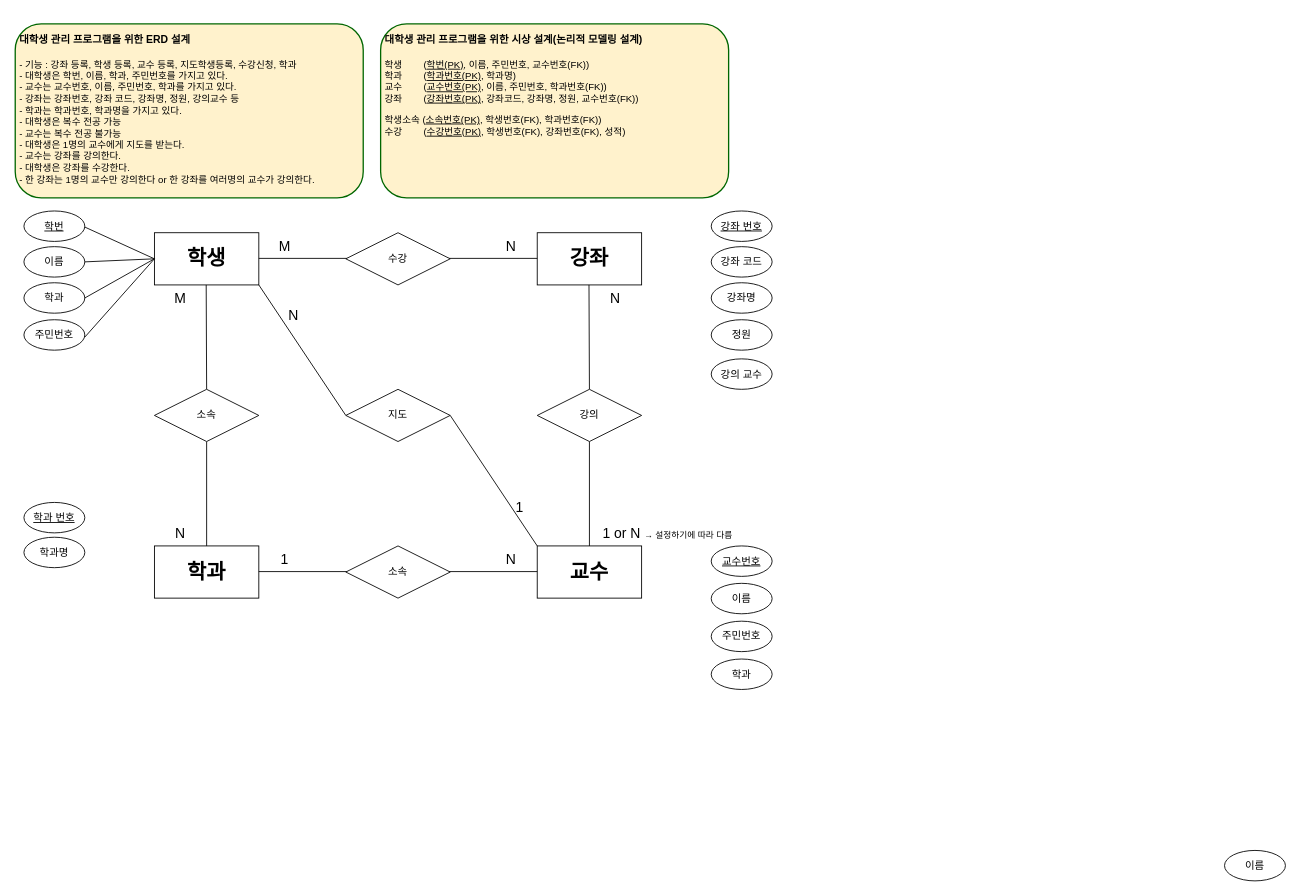
jiny-Park/KHJava20221024 keeps this draw.io diagram as DB_psj/DB와 데이터 모델링 연습/대학생 관리 프로그램 RED.drawio. Above is the earlier version. Source tidied: cells renumbered, new cells numbered last; positions are measured from the earlier drawing's top-left corner, leaving out a move shared by most shapes. Both pictures are drawn from the tidied source at 87%, with x=0, y=0 at pixel (15, 23).
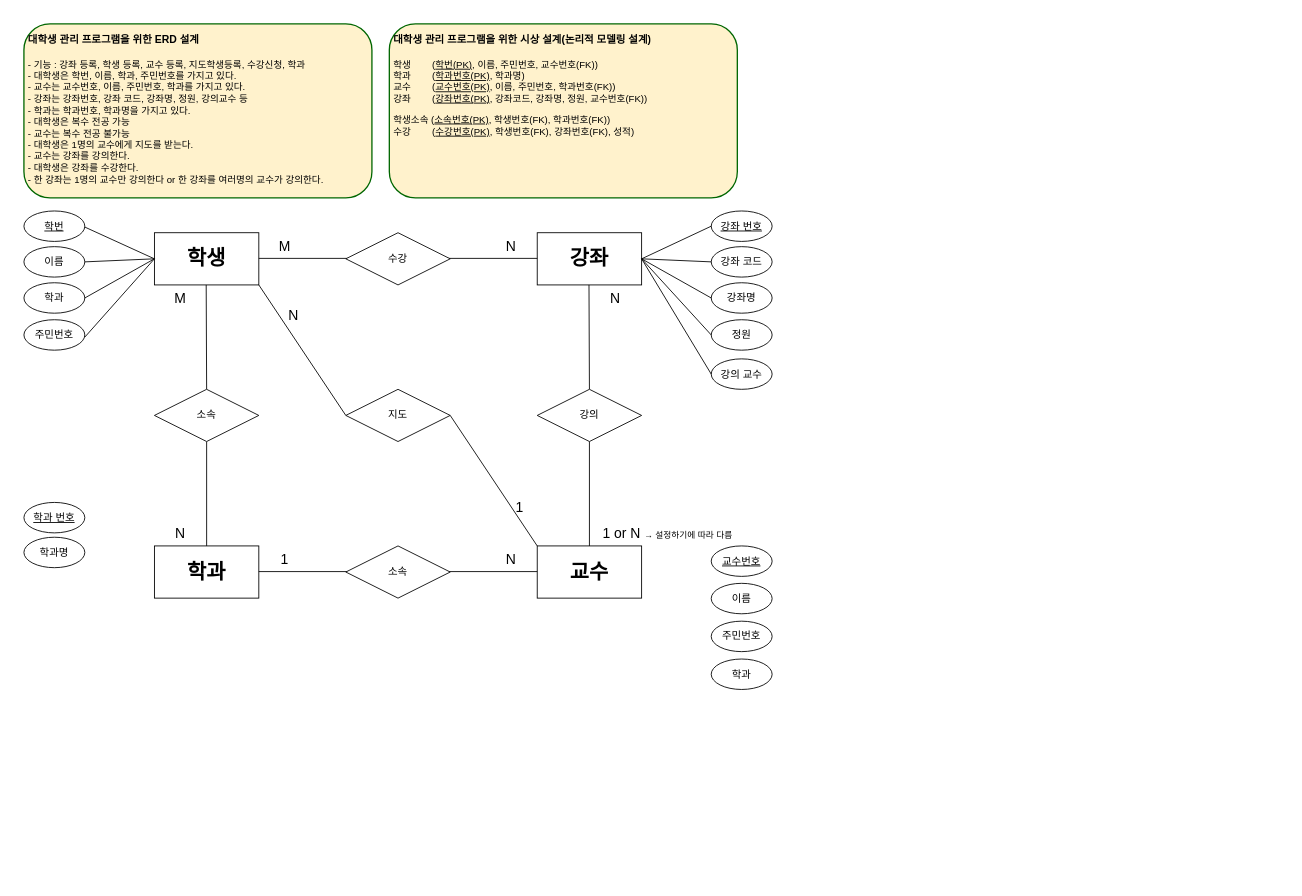
The same page after the edit.

Commit message (it also covers changes not shown here):
day34_DB RED

The change refers to these unchanged cells:
```xml
<mxCell id="17" value="&lt;font style=&quot;font-size: 24px;&quot;&gt;&lt;b&gt;강좌&lt;/b&gt;&lt;/font&gt;" style="text;html=1;strokeColor=none;fillColor=none;align=center;verticalAlign=middle;whiteSpace=wrap;rounded=0;" parent="1" vertex="1">
  <mxGeometry x="600" y="240" width="120" height="60" as="geometry" />
</mxCell>
<mxCell id="44" value="강좌 번호" style="ellipse;whiteSpace=wrap;html=1;align=center;fontStyle=4;" parent="1" vertex="1">
  <mxGeometry x="800" y="215" width="70" height="35" as="geometry" />
</mxCell>
<mxCell id="45" value="강좌 코드" style="ellipse;whiteSpace=wrap;html=1;align=center;fontStyle=0;" parent="1" vertex="1">
  <mxGeometry x="800" y="256" width="70" height="35" as="geometry" />
</mxCell>
<mxCell id="46" value="강좌명" style="ellipse;whiteSpace=wrap;html=1;align=center;fontStyle=0;" parent="1" vertex="1">
  <mxGeometry x="800" y="297.5" width="70" height="35" as="geometry" />
</mxCell>
<mxCell id="47" value="강의 교수" style="ellipse;whiteSpace=wrap;html=1;align=center;fontStyle=0;" parent="1" vertex="1">
  <mxGeometry x="800" y="385" width="70" height="35" as="geometry" />
</mxCell>
<mxCell id="48" value="정원" style="ellipse;whiteSpace=wrap;html=1;align=center;fontStyle=0;" parent="1" vertex="1">
  <mxGeometry x="800" y="340" width="70" height="35" as="geometry" />
</mxCell>
```

The edit, as a diff of the source:
```diff
@@
     <mxCell id="30" value="&lt;h1&gt;&lt;font style=&quot;font-size: 12px;&quot; color=&quot;#000000&quot;&gt;대학생 관리 프로그램을 위한 ERD 설계&lt;/font&gt;&lt;/h1&gt;&lt;div style=&quot;font-size: 9px;&quot;&gt;&lt;font style=&quot;font-size: 11px;&quot; color=&quot;#000000&quot;&gt;- 기능 : 강좌 등록, 학생 등록, 교수 등록, 지도학생등록, 수강신청, 학과&lt;/font&gt;&lt;/div&gt;&lt;div style=&quot;font-size: 9px;&quot;&gt;&lt;font style=&quot;font-size: 11px;&quot; color=&quot;#000000&quot;&gt;- 대학생은 학번, 이름, 학과, 주민번호를 가지고 있다.&lt;/font&gt;&lt;/div&gt;&lt;div style=&quot;&quot;&gt;&lt;font style=&quot;font-size: 11px;&quot; color=&quot;#000000&quot;&gt;- 교수는 교수번호, 이름, 주민번호, 학과를 가지고 있다.&lt;/font&gt;&lt;/div&gt;&lt;div style=&quot;&quot;&gt;&lt;font style=&quot;font-size: 11px;&quot; color=&quot;#000000&quot;&gt;- 강좌는 강좌번호, 강좌 코드, 강좌명, 정원, 강의교수 등&lt;/font&gt;&lt;/div&gt;&lt;div style=&quot;&quot;&gt;&lt;font style=&quot;font-size: 11px;&quot; color=&quot;#000000&quot;&gt;- 학과는 학과번호, 학과명을 가지고 있다.&lt;/font&gt;&lt;/div&gt;&lt;div style=&quot;&quot;&gt;&lt;font style=&quot;font-size: 11px;&quot; color=&quot;#000000&quot;&gt;- 대학생은 복수 전공 가능&lt;/font&gt;&lt;/div&gt;&lt;div style=&quot;&quot;&gt;&lt;font style=&quot;font-size: 11px;&quot; color=&quot;#000000&quot;&gt;- 교수는 복수 전공 불가능&lt;/font&gt;&lt;/div&gt;&lt;div style=&quot;&quot;&gt;&lt;font style=&quot;font-size: 11px;&quot; color=&quot;#000000&quot;&gt;- 대학생은 1명의 교수에게 지도를 받는다.&lt;/font&gt;&lt;/div&gt;&lt;div style=&quot;&quot;&gt;&lt;font style=&quot;font-size: 11px;&quot; color=&quot;#000000&quot;&gt;- 교수는 강좌를 강의한다.&lt;/font&gt;&lt;/div&gt;&lt;div style=&quot;&quot;&gt;&lt;font style=&quot;font-size: 11px;&quot; color=&quot;#000000&quot;&gt;- 대학생은 강좌를 수강한다.&lt;/font&gt;&lt;/div&gt;&lt;div style=&quot;&quot;&gt;&lt;font style=&quot;font-size: 11px;&quot; color=&quot;#000000&quot;&gt;- 한 강좌는 1명의 교수만 강의한다 or 한 강좌를 여러명의 교수가 강의한다.&amp;nbsp;&lt;/font&gt;&lt;/div&gt;" style="text;html=1;strokeColor=#006600;fillColor=#fff2cc;spacing=5;spacingTop=-20;whiteSpace=wrap;overflow=hidden;rounded=1;fontSize=10;strokeWidth=1.5;perimeterSpacing=0;shadow=0;sketch=0;glass=0;" parent="1" vertex="1">
-      <mxGeometry width="400" height="200" as="geometry" />
+      <mxGeometry x="10" width="400" height="200" as="geometry" />
     </mxCell>
@@
     <mxCell id="51" value="&lt;h1&gt;&lt;font style=&quot;font-size: 12px;&quot; color=&quot;#000000&quot;&gt;대학생 관리 프로그램을 위한 시상 설계(논리적 모델링 설계)&lt;/font&gt;&lt;/h1&gt;&lt;div style=&quot;font-size: 9px;&quot;&gt;&lt;font style=&quot;font-size: 11px;&quot; color=&quot;#000000&quot;&gt;학생&amp;nbsp; &amp;nbsp; &amp;nbsp; &amp;nbsp; (&lt;u&gt;학번(PK)&lt;/u&gt;, 이름, 주민번호, 교수번호(FK))&lt;/font&gt;&lt;/div&gt;&lt;div style=&quot;font-size: 9px;&quot;&gt;&lt;span style=&quot;color: rgb(0, 0, 0); font-size: 11px;&quot;&gt;학과&amp;nbsp; &amp;nbsp; &amp;nbsp; &amp;nbsp; (&lt;/span&gt;&lt;u style=&quot;color: rgb(0, 0, 0); font-size: 11px;&quot;&gt;학과번호(PK)&lt;/u&gt;&lt;span style=&quot;color: rgb(0, 0, 0); font-size: 11px;&quot;&gt;, 학과명)&lt;/span&gt;&lt;font style=&quot;font-size: 11px;&quot; color=&quot;#000000&quot;&gt;&lt;br&gt;&lt;/font&gt;&lt;/div&gt;&lt;div style=&quot;font-size: 9px;&quot;&gt;&lt;font style=&quot;font-size: 11px;&quot; color=&quot;#000000&quot;&gt;교수&amp;nbsp; &amp;nbsp; &amp;nbsp; &amp;nbsp; (&lt;u&gt;교수번호(PK)&lt;/u&gt;, 이름, 주민번호, 학과번호(FK))&lt;/font&gt;&lt;/div&gt;&lt;div style=&quot;font-size: 9px;&quot;&gt;&lt;font style=&quot;font-size: 11px;&quot; color=&quot;#000000&quot;&gt;강좌&amp;nbsp; &amp;nbsp; &amp;nbsp; &amp;nbsp; (&lt;u&gt;강좌번호(PK)&lt;/u&gt;, 강좌코드, 강좌명, 정원, 교수번호(FK))&lt;/font&gt;&lt;/div&gt;&lt;div style=&quot;font-size: 9px;&quot;&gt;&lt;br&gt;&lt;/div&gt;&lt;div style=&quot;font-size: 9px;&quot;&gt;&lt;font style=&quot;font-size: 11px;&quot; color=&quot;#000000&quot;&gt;학생소속 (&lt;u&gt;소속번호(PK)&lt;/u&gt;, 학생번호(FK), 학과번호(FK))&lt;/font&gt;&lt;/div&gt;&lt;div style=&quot;font-size: 9px;&quot;&gt;&lt;font style=&quot;font-size: 11px;&quot; color=&quot;#000000&quot;&gt;수강&amp;nbsp; &amp;nbsp; &amp;nbsp; &amp;nbsp; (&lt;u&gt;수강번호(PK)&lt;/u&gt;, 학생번호(FK), 강좌번호(FK), 성적)&lt;/font&gt;&lt;/div&gt;&lt;div style=&quot;font-size: 9px;&quot;&gt;&lt;br&gt;&lt;/div&gt;" style="text;html=1;strokeColor=#006600;fillColor=#fff2cc;spacing=5;spacingTop=-20;whiteSpace=wrap;overflow=hidden;rounded=1;fontSize=10;strokeWidth=1.5;perimeterSpacing=0;shadow=0;sketch=0;glass=0;" parent="1" vertex="1">
-      <mxGeometry x="420" width="400" height="200" as="geometry" />
+      <mxGeometry x="430" width="400" height="200" as="geometry" />
     </mxCell>
@@
-    <mxCell id="53" value="이름" style="ellipse;whiteSpace=wrap;html=1;align=center;fontStyle=0;" parent="1" vertex="1">
-      <mxGeometry x="1390" y="950" width="70" height="35" as="geometry" />
-    </mxCell>
@@
+    <mxCell id="57" style="endArrow=none;html=1;rounded=0;fontSize=11;exitX=1;exitY=0.5;exitDx=0;exitDy=0;entryX=0;entryY=0.5;entryDx=0;entryDy=0;" parent="1" edge="1" source="17" target="44">
+      <mxGeometry relative="1" as="geometry" />
+    </mxCell>
+    <mxCell id="58" style="endArrow=none;html=1;rounded=0;fontSize=11;exitX=1;exitY=0.5;exitDx=0;exitDy=0;entryX=0;entryY=0.5;entryDx=0;entryDy=0;" parent="1" edge="1" source="17" target="45">
+      <mxGeometry relative="1" as="geometry" />
+    </mxCell>
+    <mxCell id="59" style="endArrow=none;html=1;rounded=0;fontSize=11;exitX=1;exitY=0.5;exitDx=0;exitDy=0;entryX=0;entryY=0.5;entryDx=0;entryDy=0;" parent="1" edge="1" source="17" target="46">
+      <mxGeometry relative="1" as="geometry" />
+    </mxCell>
+    <mxCell id="60" style="endArrow=none;html=1;rounded=0;fontSize=11;exitX=1;exitY=0.5;exitDx=0;exitDy=0;entryX=0;entryY=0.5;entryDx=0;entryDy=0;" parent="1" edge="1" source="17" target="48">
+      <mxGeometry relative="1" as="geometry" />
+    </mxCell>
+    <mxCell id="61" style="endArrow=none;html=1;rounded=0;fontSize=11;exitX=1;exitY=0.5;exitDx=0;exitDy=0;entryX=0;entryY=0.5;entryDx=0;entryDy=0;" parent="1" edge="1" source="17" target="47">
+      <mxGeometry relative="1" as="geometry" />
+    </mxCell>
```
